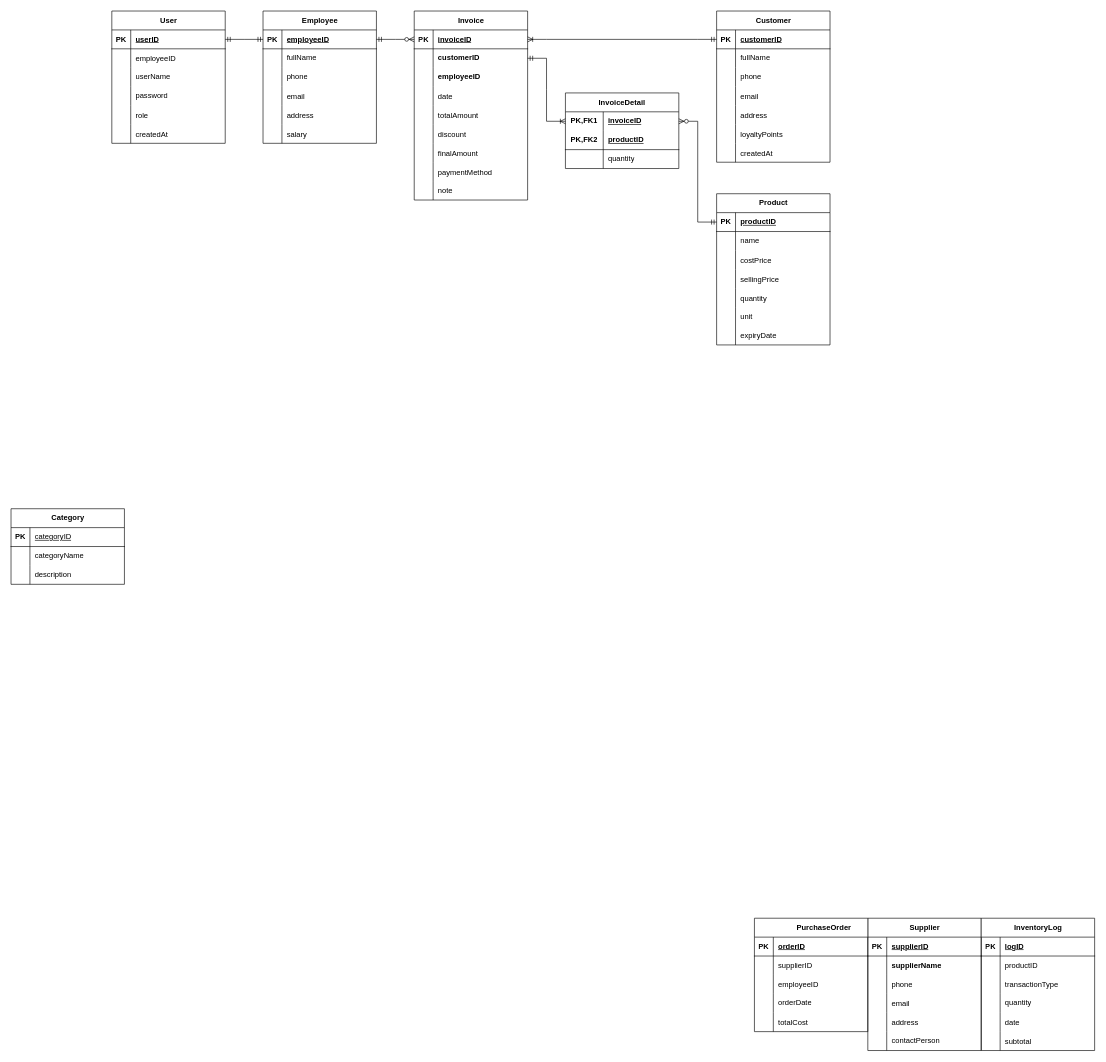
This is page "ERD" (1 of 2) of Untitled Diagram.drawio from phandinhngocthangai25/Supermarket_system, a draw.io file, before an edit. Source tidied: cells renumbered, new cells numbered last; positions are measured from the earlier drawing's top-left corner, leaving out a move shared by most shapes. Both pictures are drawn from the tidied source at 63%, with x=0, y=0 at pixel (11, 11).
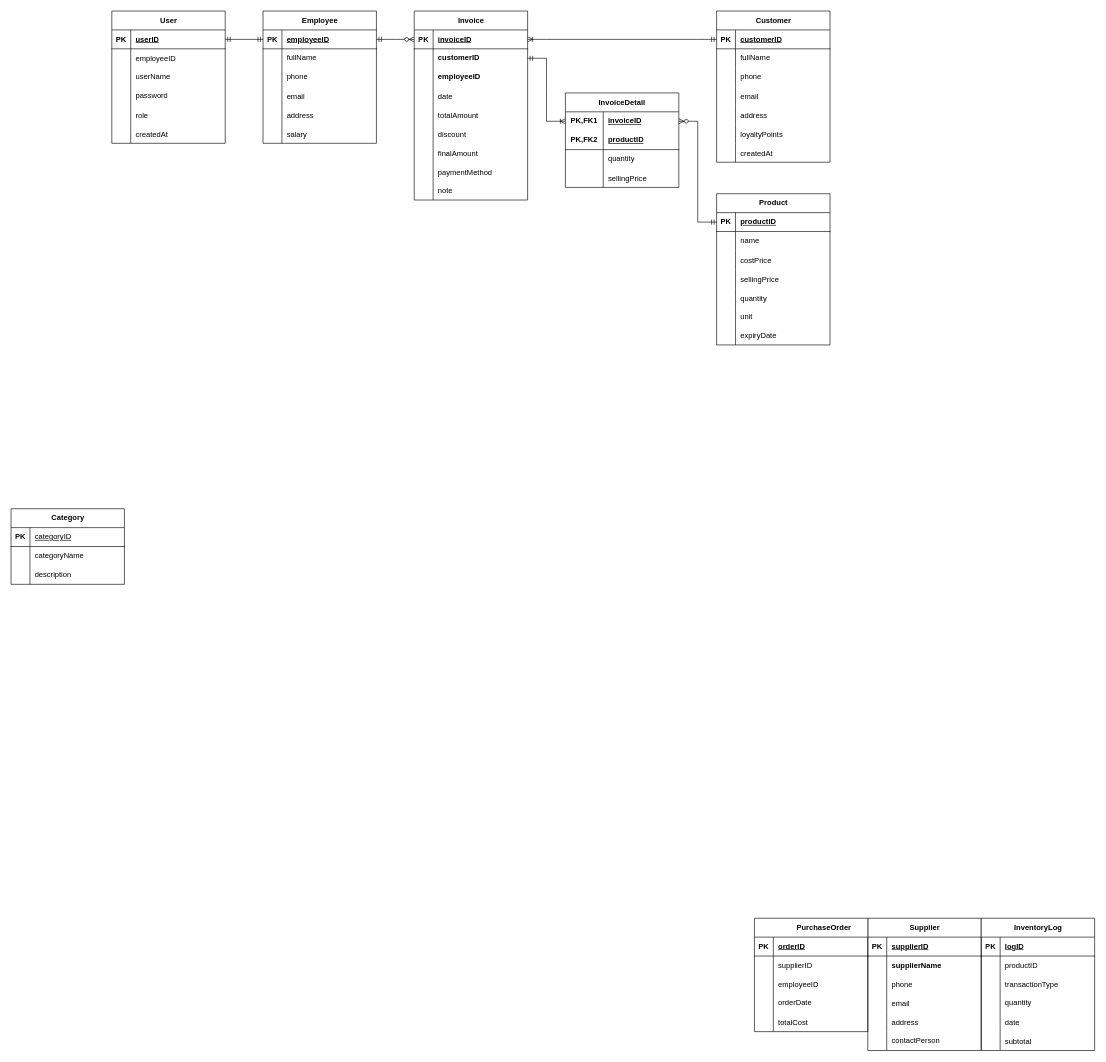
The same page after the edit.

What changed in the source:
```diff
@@
     <mxCell id="181" value="InvoiceDetail" style="shape=table;startSize=30;childLayout=tableLayout;rowLines=0;fontStyle=1;align=center;html=1;whiteSpace=wrap;" parent="1" vertex="1">
-      <mxGeometry x="880" y="130" width="180" height="120" as="geometry" />
+      <mxGeometry x="880" y="130" width="180" height="150" as="geometry" />
     </mxCell>
@@
+    <mxCell id="191" style="shape=tableRow;horizontal=0;startSize=0;swimlaneHead=0;swimlaneBody=0;fillColor=none;top=0;left=0;right=0;bottom=0;" parent="181" vertex="1">
+      <mxGeometry y="120" width="180" height="30" as="geometry" />
+    </mxCell>
+    <mxCell id="192" style="shape=partialRectangle;fillColor=none;top=0;left=0;bottom=0;right=0;overflow=hidden;" parent="191" vertex="1">
+      <mxGeometry width="60" height="30" as="geometry" />
+    </mxCell>
+    <mxCell id="193" value="sellingPrice" style="shape=partialRectangle;fillColor=none;top=0;left=0;bottom=0;right=0;align=left;spacingLeft=6;overflow=hidden;" parent="191" vertex="1">
+      <mxGeometry x="60" width="120" height="30" as="geometry" />
+    </mxCell>
```
